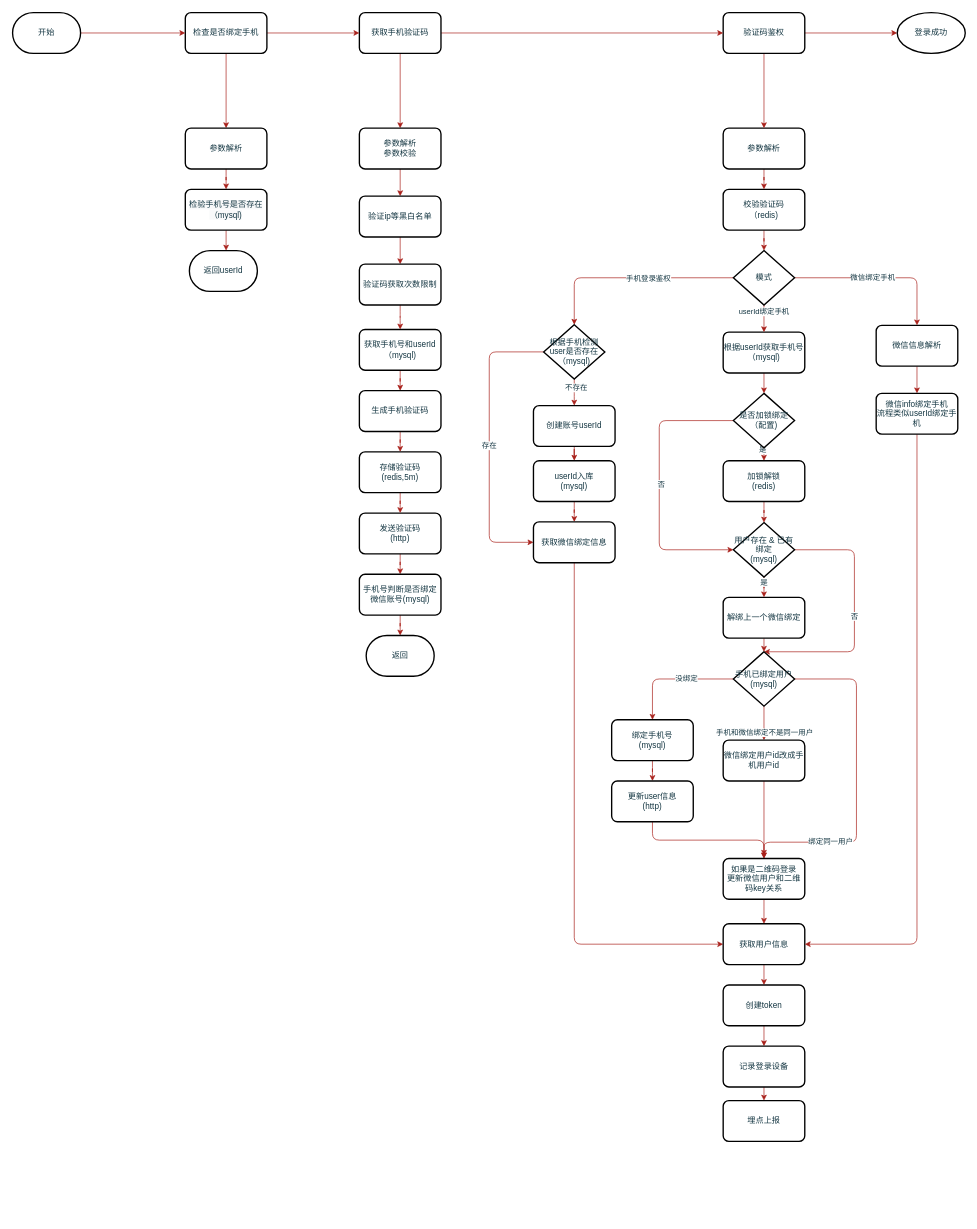
Earlier version of the draw.io diagram 手机登录.drawio (xiell2016/hetaoDesign). Source tidied: cells renumbered, new cells numbered last; positions are measured from the earlier drawing's top-left corner, leaving out a move shared by most shapes. Both pictures are drawn from the tidied source at 68%, with x=0, y=0 at pixel (12, 12).
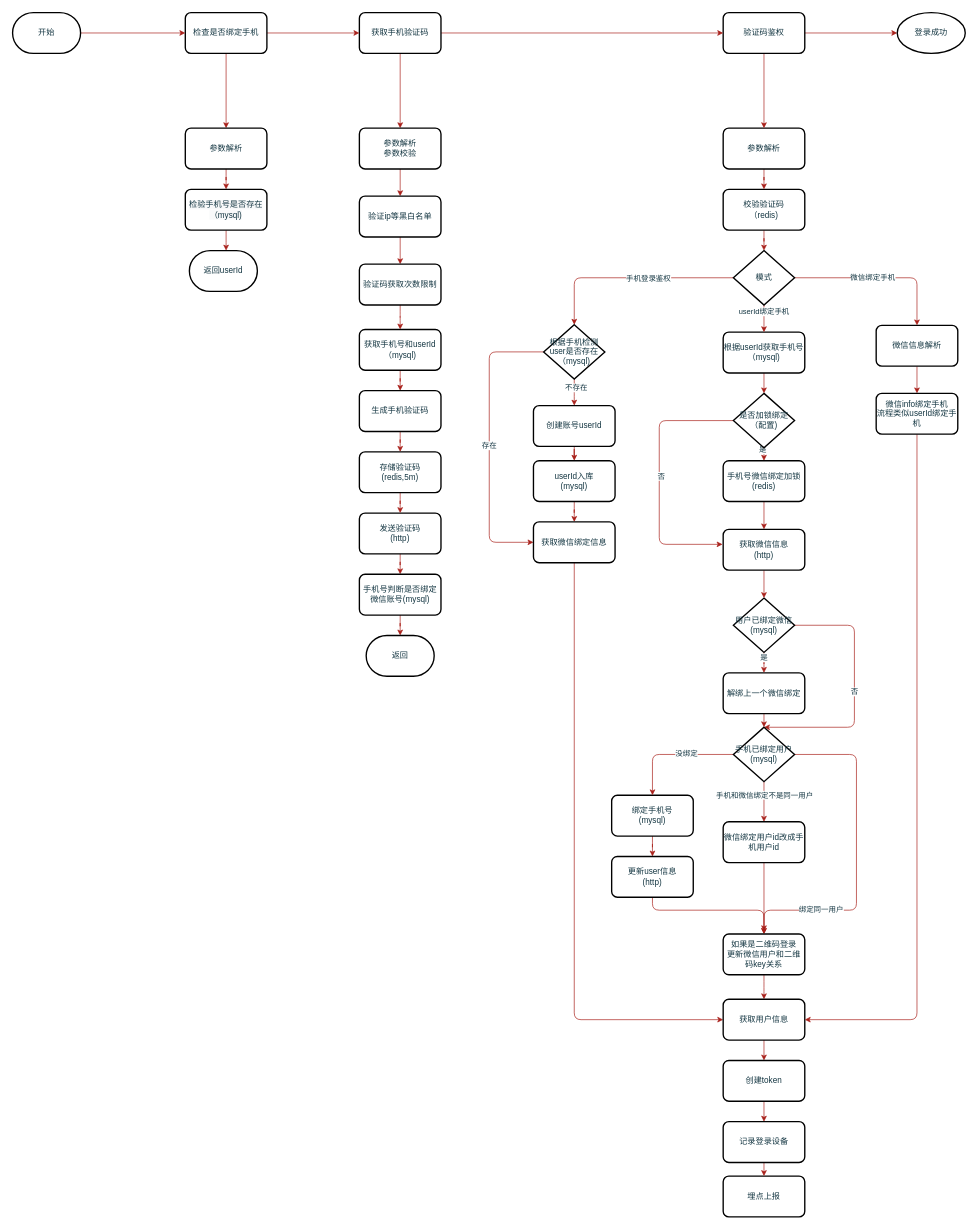
After the change.

Commit message:
更新手机登录.drawio

The change refers to these unchanged cells:
```xml
<mxCell id="55" value="是否加锁绑定&lt;br&gt;（配置)" style="strokeWidth=2;html=1;shape=mxgraph.flowchart.decision;whiteSpace=wrap;rounded=0;labelBackgroundColor=none;sketch=0;fontColor=#143642;fillColor=#FFFFFF;" parent="1" vertex="1">
  <mxGeometry x="1060" y="560" width="90" height="80" as="geometry" />
</mxCell>
<mxCell id="64" style="edgeStyle=orthogonalEdgeStyle;curved=0;rounded=1;sketch=0;jettySize=auto;html=1;exitX=0.5;exitY=1;exitDx=0;exitDy=0;exitPerimeter=0;fontColor=#143642;strokeColor=#A8201A;fillColor=#FAE5C7;" parent="1" edge="1" source="70" target="72">
  <mxGeometry relative="1" as="geometry" />
</mxCell>
```

Change to the diagram source:
```diff
@@
-    <mxCell id="4" style="edgeStyle=orthogonalEdgeStyle;curved=0;rounded=1;sketch=0;jettySize=auto;html=1;fontColor=#143642;strokeColor=#A8201A;fillColor=#FAE5C7;" parent="1" edge="1" source="5" target="61">
-      <mxGeometry relative="1" as="geometry" />
-    </mxCell>
+    <mxCell id="99" style="edgeStyle=orthogonalEdgeStyle;curved=0;rounded=1;sketch=0;jettySize=auto;html=1;fontColor=#143642;strokeColor=#A8201A;fillColor=#FAE5C7;" parent="1" edge="1" source="5" target="101">
+      <mxGeometry relative="1" as="geometry" />
+    </mxCell>
-    <mxCell id="5" value="加锁解锁&lt;br&gt;(redis)" style="whiteSpace=wrap;html=1;rounded=1;fontColor=#143642;strokeWidth=2;fillColor=#FFFFFF;arcSize=14;sketch=0;" parent="1" vertex="1">
+    <mxCell id="5" value="手机号微信绑定加锁&lt;br&gt;(redis)" style="whiteSpace=wrap;html=1;rounded=1;fontColor=#143642;strokeWidth=2;fillColor=#FFFFFF;arcSize=14;sketch=0;" parent="1" vertex="1">
       <mxGeometry x="1045" y="659" width="120" height="60" as="geometry" />
     </mxCell>
@@
-    <mxCell id="53" style="edgeStyle=orthogonalEdgeStyle;curved=0;rounded=1;sketch=0;jettySize=auto;html=1;exitX=0;exitY=0.5;exitDx=0;exitDy=0;exitPerimeter=0;entryX=0;entryY=0.5;entryDx=0;entryDy=0;entryPerimeter=0;fontColor=#143642;strokeColor=#A8201A;fillColor=#FAE5C7;" parent="1" edge="1" source="55" target="61">
+    <mxCell id="53" style="edgeStyle=orthogonalEdgeStyle;curved=0;rounded=1;sketch=0;jettySize=auto;html=1;exitX=0;exitY=0.5;exitDx=0;exitDy=0;exitPerimeter=0;entryX=-0.008;entryY=0.367;entryDx=0;entryDy=0;entryPerimeter=0;fontColor=#143642;strokeColor=#A8201A;fillColor=#FAE5C7;" parent="1" edge="1" source="55" target="101">
       <mxGeometry relative="1" as="geometry">
         <Array as="points">
           <mxPoint x="951" y="600" />
-          <mxPoint x="951" y="790" />
+          <mxPoint x="951" y="782" />
         </Array>
       </mxGeometry>
     </mxCell>
@@
     <mxCell id="57" value="解绑上一个微信绑定" style="whiteSpace=wrap;html=1;rounded=1;fontColor=#143642;strokeWidth=2;fillColor=#FFFFFF;arcSize=14;sketch=0;" parent="1" vertex="1">
-      <mxGeometry x="1045" y="860" width="120" height="60" as="geometry" />
+      <mxGeometry x="1045" y="971" width="120" height="60" as="geometry" />
     </mxCell>
@@
     <mxCell id="60" value="否" style="edgeStyle=orthogonalEdgeStyle;curved=0;rounded=1;sketch=0;jettySize=auto;html=1;exitX=1;exitY=0.5;exitDx=0;exitDy=0;exitPerimeter=0;entryX=0.5;entryY=0;entryDx=0;entryDy=0;entryPerimeter=0;fontColor=#143642;strokeColor=#A8201A;fillColor=#FAE5C7;" parent="1" edge="1" source="61" target="70">
       <mxGeometry relative="1" as="geometry">
         <Array as="points">
-          <mxPoint x="1238" y="790" />
-          <mxPoint x="1238" y="940" />
+          <mxPoint x="1238" y="901" />
+          <mxPoint x="1238" y="1051" />
         </Array>
       </mxGeometry>
     </mxCell>
-    <mxCell id="61" value="用户存在 &amp;amp; 已有绑定&lt;br&gt;(mysql)" style="strokeWidth=2;html=1;shape=mxgraph.flowchart.decision;whiteSpace=wrap;rounded=0;labelBackgroundColor=none;sketch=0;fontColor=#143642;fillColor=#FFFFFF;" parent="1" vertex="1">
-      <mxGeometry x="1060" y="750" width="90" height="80" as="geometry" />
+    <mxCell id="61" value="用户已绑定微信&lt;br&gt;(mysql)" style="strokeWidth=2;html=1;shape=mxgraph.flowchart.decision;whiteSpace=wrap;rounded=0;labelBackgroundColor=none;sketch=0;fontColor=#143642;fillColor=#FFFFFF;" parent="1" vertex="1">
+      <mxGeometry x="1060" y="861" width="90" height="80" as="geometry" />
     </mxCell>
@@
     <mxCell id="63" value="绑定手机号&lt;br&gt;(mysql)" style="whiteSpace=wrap;html=1;rounded=1;fontColor=#143642;strokeWidth=2;fillColor=#FFFFFF;arcSize=14;sketch=0;" parent="1" vertex="1">
-      <mxGeometry x="881" y="1040" width="120" height="60" as="geometry" />
+      <mxGeometry x="881" y="1151" width="120" height="60" as="geometry" />
     </mxCell>
@@
     <mxCell id="65" value="手机和微信绑定不是同一用户" style="edgeLabel;html=1;align=center;verticalAlign=middle;fontColor=#143642;" parent="64" vertex="1">
-      <mxGeometry x="0.53" relative="1" as="geometry" />
+      <mxGeometry x="-0.36" relative="1" as="geometry" />
     </mxCell>
     <mxCell id="66" style="edgeStyle=orthogonalEdgeStyle;curved=0;rounded=1;sketch=0;jettySize=auto;html=1;exitX=1;exitY=0.5;exitDx=0;exitDy=0;exitPerimeter=0;fontColor=#143642;strokeColor=#A8201A;fillColor=#FAE5C7;" parent="1" edge="1" source="70">
       <mxGeometry relative="1" as="geometry">
-        <mxPoint x="1105" y="1240" as="targetPoint" />
+        <mxPoint x="1105" y="1351" as="targetPoint" />
         <Array as="points">
-          <mxPoint x="1241" y="980" />
-          <mxPoint x="1241" y="1220" />
-          <mxPoint x="1105" y="1220" />
+          <mxPoint x="1241" y="1091" />
+          <mxPoint x="1241" y="1320" />
+          <mxPoint x="1105" y="1320" />
         </Array>
       </mxGeometry>
     </mxCell>
     <mxCell id="67" value="绑定同一用户" style="edgeLabel;html=1;align=center;verticalAlign=middle;fontColor=#143642;" parent="66" vertex="1">
-      <mxGeometry x="0.52" y="-2" relative="1" as="geometry" />
+      <mxGeometry x="0.52" y="-2" relative="1" as="geometry">
+        <mxPoint x="-3" as="offset" />
+      </mxGeometry>
     </mxCell>
@@
     <mxCell id="70" value="手机已绑定用户&lt;br&gt;(mysql)" style="strokeWidth=2;html=1;shape=mxgraph.flowchart.decision;whiteSpace=wrap;rounded=0;labelBackgroundColor=none;sketch=0;fontColor=#143642;fillColor=#FFFFFF;" parent="1" vertex="1">
-      <mxGeometry x="1060" y="940" width="90" height="80" as="geometry" />
+      <mxGeometry x="1060" y="1051" width="90" height="80" as="geometry" />
     </mxCell>
@@
     <mxCell id="72" value="微信绑定用户id改成手机用户id" style="whiteSpace=wrap;html=1;rounded=1;fontColor=#143642;strokeWidth=2;fillColor=#FFFFFF;arcSize=14;sketch=0;" parent="1" vertex="1">
-      <mxGeometry x="1045" y="1070" width="120" height="60" as="geometry" />
+      <mxGeometry x="1045" y="1190" width="120" height="60" as="geometry" />
     </mxCell>
     <mxCell id="73" style="edgeStyle=orthogonalEdgeStyle;curved=0;rounded=1;sketch=0;jettySize=auto;html=1;exitX=0.5;exitY=1;exitDx=0;exitDy=0;fontColor=#143642;strokeColor=#A8201A;fillColor=#FAE5C7;" parent="1" edge="1" source="74" target="76">
-      <mxGeometry relative="1" as="geometry" />
+      <mxGeometry relative="1" as="geometry">
+        <Array as="points">
+          <mxPoint x="941" y="1320" />
+          <mxPoint x="1105" y="1320" />
+        </Array>
+      </mxGeometry>
     </mxCell>
     <mxCell id="74" value="更新user信息&lt;br&gt;(http)" style="whiteSpace=wrap;html=1;rounded=1;fontColor=#143642;strokeWidth=2;fillColor=#FFFFFF;arcSize=14;sketch=0;" parent="1" vertex="1">
-      <mxGeometry x="881" y="1130" width="120" height="60" as="geometry" />
+      <mxGeometry x="881" y="1241" width="120" height="60" as="geometry" />
     </mxCell>
     <mxCell id="75" style="edgeStyle=orthogonalEdgeStyle;curved=0;rounded=1;sketch=0;jettySize=auto;html=1;entryX=0.5;entryY=0;entryDx=0;entryDy=0;entryPerimeter=0;fontColor=#143642;strokeColor=#A8201A;fillColor=#FAE5C7;" parent="1" edge="1" source="76">
       <mxGeometry relative="1" as="geometry">
-        <mxPoint x="1105" y="1340" as="targetPoint" />
+        <mxPoint x="1105" y="1451" as="targetPoint" />
       </mxGeometry>
     </mxCell>
     <mxCell id="76" value="如果是二维码登录&lt;br&gt;更新微信用户和二维码key关系" style="whiteSpace=wrap;html=1;rounded=1;fontColor=#143642;strokeWidth=2;fillColor=#FFFFFF;arcSize=14;sketch=0;" parent="1" vertex="1">
-      <mxGeometry x="1045" y="1244" width="120" height="60" as="geometry" />
+      <mxGeometry x="1045" y="1355" width="120" height="60" as="geometry" />
     </mxCell>
@@
     <mxCell id="87" value="获取用户信息" style="whiteSpace=wrap;html=1;rounded=1;fontColor=#143642;strokeWidth=2;fillColor=#FFFFFF;arcSize=14;sketch=0;" parent="1" vertex="1">
-      <mxGeometry x="1045" y="1340" width="120" height="60" as="geometry" />
+      <mxGeometry x="1045" y="1451" width="120" height="60" as="geometry" />
     </mxCell>
     <mxCell id="88" value="埋点上报" style="whiteSpace=wrap;html=1;rounded=1;fontColor=#143642;strokeWidth=2;fillColor=#FFFFFF;arcSize=14;sketch=0;" parent="1" vertex="1">
-      <mxGeometry x="1045" y="1600" width="120" height="60" as="geometry" />
+      <mxGeometry x="1045" y="1711" width="120" height="60" as="geometry" />
     </mxCell>
@@
     <mxCell id="90" value="创建token" style="whiteSpace=wrap;html=1;rounded=1;fontColor=#143642;strokeWidth=2;fillColor=#FFFFFF;arcSize=14;sketch=0;" parent="1" vertex="1">
-      <mxGeometry x="1045" y="1430" width="120" height="60" as="geometry" />
+      <mxGeometry x="1045" y="1541" width="120" height="60" as="geometry" />
     </mxCell>
@@
     <mxCell id="92" value="记录登录设备" style="whiteSpace=wrap;html=1;rounded=1;fontColor=#143642;strokeWidth=2;fillColor=#FFFFFF;arcSize=14;sketch=0;" parent="1" vertex="1">
-      <mxGeometry x="1045" y="1520" width="120" height="60" as="geometry" />
+      <mxGeometry x="1045" y="1631" width="120" height="60" as="geometry" />
     </mxCell>
@@
+    <mxCell id="100" style="edgeStyle=orthogonalEdgeStyle;curved=0;rounded=1;sketch=0;jettySize=auto;html=1;fontColor=#143642;strokeColor=#A8201A;fillColor=#FAE5C7;" parent="1" edge="1" source="101" target="61">
+      <mxGeometry relative="1" as="geometry" />
+    </mxCell>
+    <mxCell id="101" value="获取微信信息&lt;br&gt;(http)" style="whiteSpace=wrap;html=1;rounded=1;fontColor=#143642;strokeWidth=2;fillColor=#FFFFFF;arcSize=14;sketch=0;" parent="1" vertex="1">
+      <mxGeometry x="1045" y="760" width="120" height="60" as="geometry" />
+    </mxCell>
```
